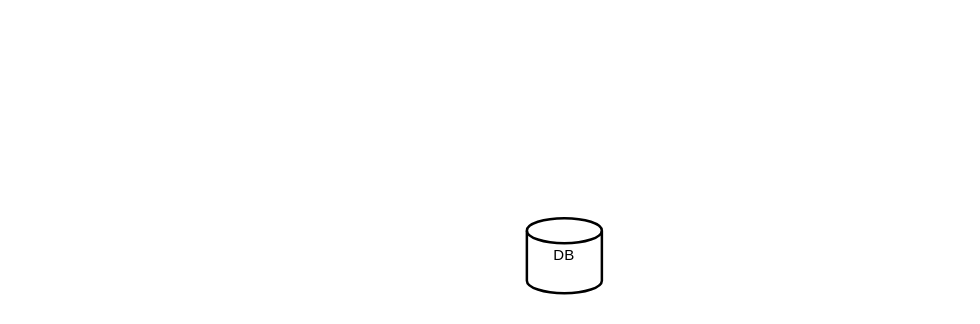
Before: mind/Untitled Diagram.drawio in zsb1809/diagrams, a draw.io diagram. Source tidied: cells renumbered, new cells numbered last; positions are measured from the earlier drawing's top-left corner, leaving out a move shared by most shapes. Both pictures are drawn from the tidied source at 125%, with x=0, y=0 at pixel (526, 218).
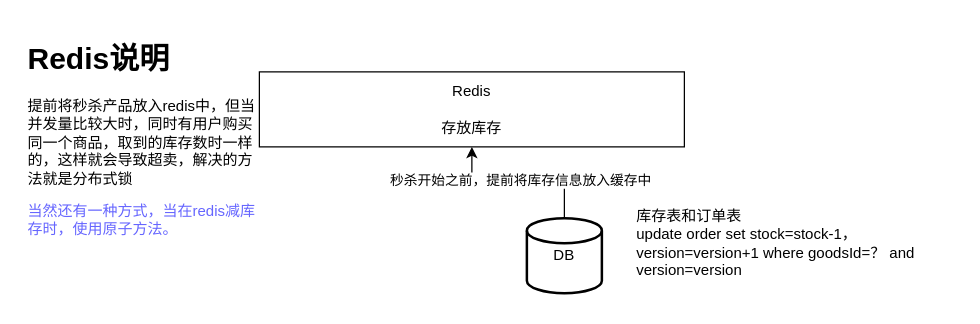
Above is the later version.

Diff of the diagram source:
```diff
@@
 <mxGraphModel>
   <root>
     <mxCell id="0" />
     <mxCell id="1" parent="0" />
+    <mxCell id="3" style="edgeStyle=orthogonalEdgeStyle;rounded=0;jettySize=auto;html=1;" parent="1" edge="1" source="2" target="6">
+      <mxGeometry relative="1" as="geometry" />
+    </mxCell>
+    <mxCell id="4" value="秒杀开始之前，提前将库存信息放入缓存中" style="edgeLabel;html=1;align=center;verticalAlign=middle;" parent="3" vertex="1">
+      <mxGeometry x="-0.02" y="-2" relative="1" as="geometry" />
+    </mxCell>
     <mxCell id="2" value="DB" style="strokeWidth=2;html=1;shape=mxgraph.flowchart.database;whiteSpace=wrap;" parent="1" vertex="1">
       <mxGeometry width="60" height="60" as="geometry" />
     </mxCell>
+    <mxCell id="5" value="库存表和订单表&lt;br&gt;update order set stock=stock-1，version=version+1 where goodsId=？ and version=version" style="text;html=1;strokeColor=none;fillColor=none;align=left;verticalAlign=middle;whiteSpace=wrap;rounded=0;labelPosition=center;verticalLabelPosition=middle;" parent="1" vertex="1">
+      <mxGeometry x="86" y="-27.5" width="260" height="95" as="geometry" />
+    </mxCell>
+    <mxCell id="6" value="Redis&lt;br&gt;&lt;br&gt;存放库存" style="rounded=0;whiteSpace=wrap;html=1;" parent="1" vertex="1">
+      <mxGeometry x="-214" y="-117" width="340" height="60" as="geometry" />
+    </mxCell>
+    <mxCell id="7" value="&lt;h1&gt;Redis说明&lt;/h1&gt;&lt;p&gt;提前将秒杀产品放入redis中，但当并发量比较大时，同时有用户购买同一个商品，取到的库存数时一样的，这样就会导致超卖，解决的方法就是分布式锁&lt;/p&gt;&lt;p&gt;&lt;font color=&quot;#6666ff&quot;&gt;当然还有一种方式，当在redis减库存时，使用原子方法。&lt;/font&gt;&lt;/p&gt;" style="text;html=1;strokeColor=none;fillColor=none;spacing=5;spacingTop=-20;whiteSpace=wrap;overflow=hidden;rounded=0;" parent="1" vertex="1">
+      <mxGeometry x="-404" y="-147.5" width="190" height="177.5" as="geometry" />
+    </mxCell>
   </root>
 </mxGraphModel>
```
